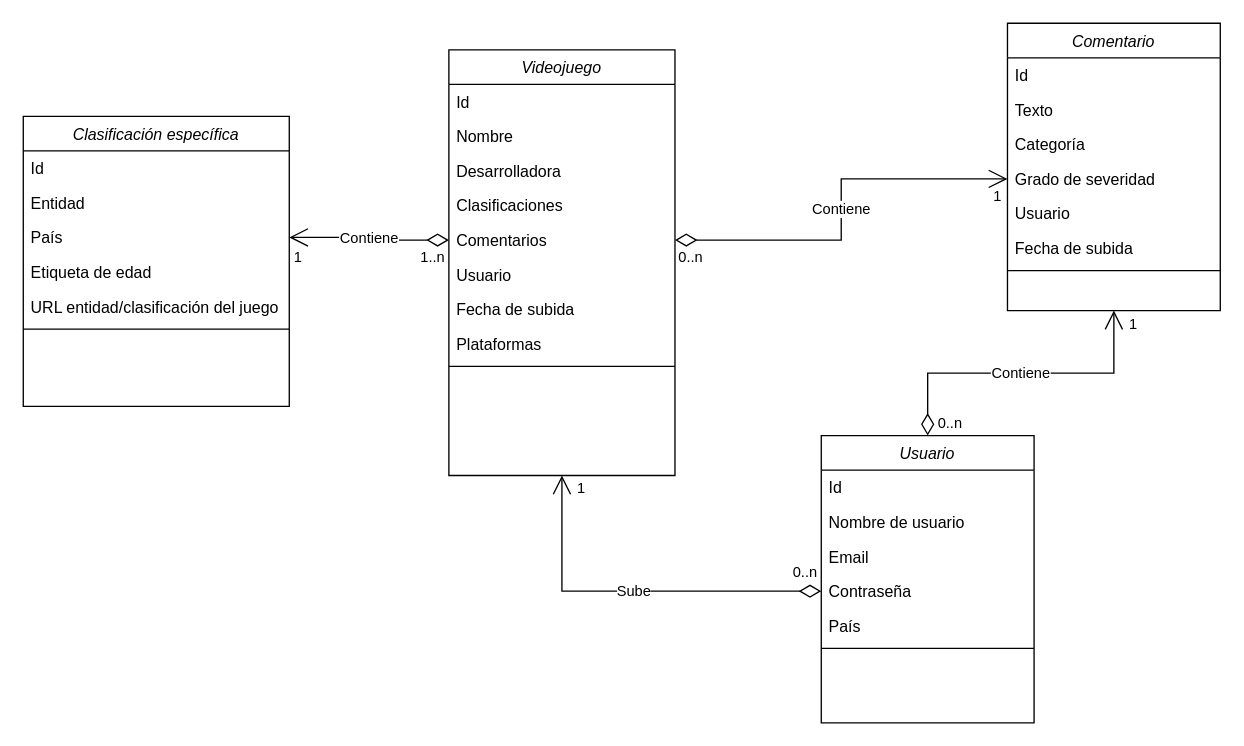
Earlier version of the draw.io diagram Entidades.drawio (GonzaloLGI/Game-Tags). Source tidied: cells renumbered, new cells numbered last; positions are measured from the earlier drawing's top-left corner, leaving out a move shared by most shapes. Both pictures are drawn from the tidied source at 133%, with x=0, y=0 at pixel (23, 23).
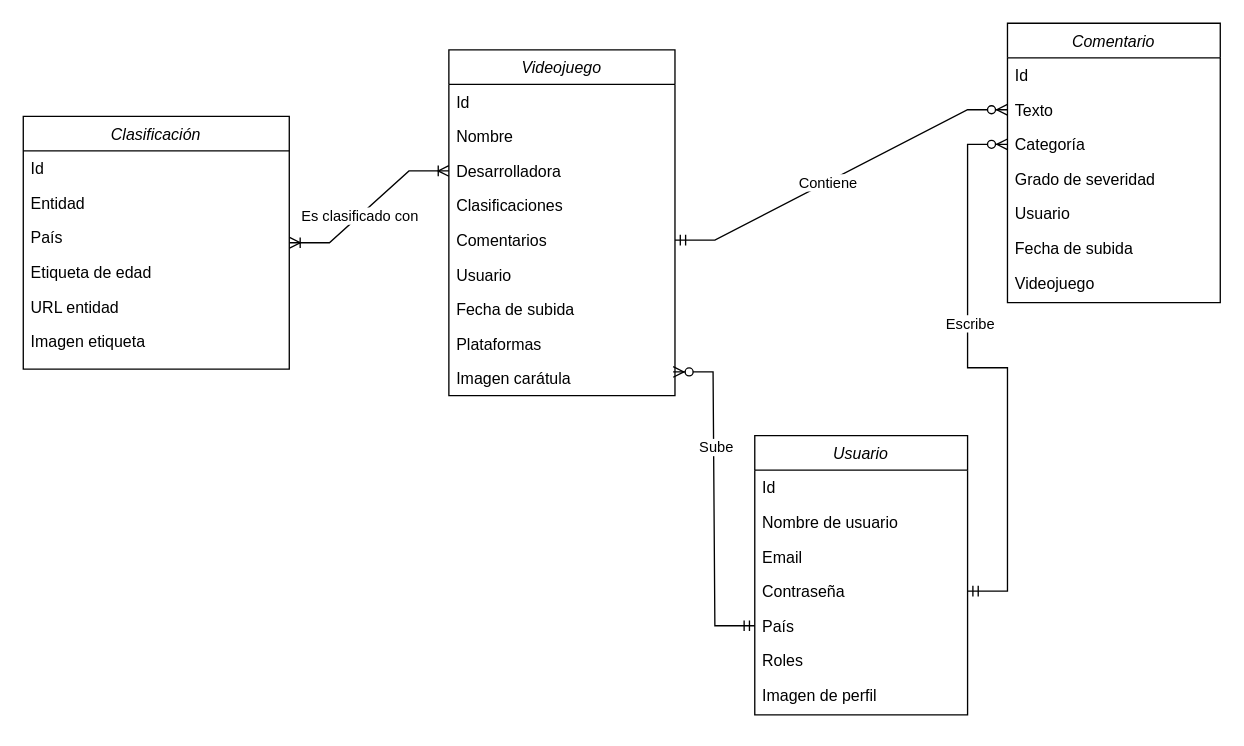
Above is the later version.

Unchanged cells that the change refers to:
```xml
<mxCell id="5" value="Desarrolladora" style="text;align=left;verticalAlign=top;spacingLeft=4;spacingRight=4;overflow=hidden;points=[[0,0.5],[1,0.5]];portConstraint=eastwest;" parent="2" vertex="1">
  <mxGeometry y="78" width="170" height="26" as="geometry" />
</mxCell>
<mxCell id="7" value="Comentarios" style="text;align=left;verticalAlign=top;spacingLeft=4;spacingRight=4;overflow=hidden;points=[[0,0.5],[1,0.5]];portConstraint=eastwest;rounded=0;shadow=0;html=0;" parent="2" vertex="1">
  <mxGeometry y="130" width="170" height="26" as="geometry" />
</mxCell>
<mxCell id="14" value="Texto" style="text;align=left;verticalAlign=top;spacingLeft=4;spacingRight=4;overflow=hidden;points=[[0,0.5],[1,0.5]];portConstraint=eastwest;" parent="12" vertex="1">
  <mxGeometry y="52" width="160" height="26" as="geometry" />
</mxCell>
<mxCell id="15" value="Categoría" style="text;align=left;verticalAlign=top;spacingLeft=4;spacingRight=4;overflow=hidden;points=[[0,0.5],[1,0.5]];portConstraint=eastwest;" parent="12" vertex="1">
  <mxGeometry y="78" width="160" height="26" as="geometry" />
</mxCell>
<mxCell id="16" value="Grado de severidad" style="text;align=left;verticalAlign=top;spacingLeft=4;spacingRight=4;overflow=hidden;points=[[0,0.5],[1,0.5]];portConstraint=eastwest;rounded=0;shadow=0;html=0;" parent="12" vertex="1">
  <mxGeometry y="104" width="160" height="26" as="geometry" />
</mxCell>
<mxCell id="24" value="Contraseña" style="text;align=left;verticalAlign=top;spacingLeft=4;spacingRight=4;overflow=hidden;points=[[0,0.5],[1,0.5]];portConstraint=eastwest;rounded=0;shadow=0;html=0;" parent="20" vertex="1">
  <mxGeometry y="104" width="160" height="26" as="geometry" />
</mxCell>
<mxCell id="25" value="País" style="text;align=left;verticalAlign=top;spacingLeft=4;spacingRight=4;overflow=hidden;points=[[0,0.5],[1,0.5]];portConstraint=eastwest;rounded=0;shadow=0;html=0;" parent="20" vertex="1">
  <mxGeometry y="130" width="160" height="26" as="geometry" />
</mxCell>
<mxCell id="30" value="País" style="text;align=left;verticalAlign=top;spacingLeft=4;spacingRight=4;overflow=hidden;points=[[0,0.5],[1,0.5]];portConstraint=eastwest;" parent="27" vertex="1">
  <mxGeometry y="78" width="200" height="26" as="geometry" />
</mxCell>
```

Change to the diagram source:
```diff
@@
     <mxCell id="2" value="Videojuego" style="swimlane;fontStyle=2;align=center;verticalAlign=top;horizontal=1;startSize=26;rounded=0;shadow=0;strokeWidth=1;" parent="1" vertex="1">
-      <mxGeometry x="320" y="20" width="170" height="320" as="geometry" />
+      <mxGeometry x="320" y="20" width="170" height="260" as="geometry" />
     </mxCell>
@@
-    <mxCell id="11" style="line;html=1;strokeWidth=1;align=left;verticalAlign=middle;spacingTop=-1;spacingLeft=3;spacingRight=3;labelPosition=right;" parent="2" vertex="1">
-      <mxGeometry y="234" width="170" height="8" as="geometry" />
-    </mxCell>
+    <mxCell id="46" value="Imagen carátula" style="text;align=left;verticalAlign=top;spacingLeft=4;spacingRight=4;overflow=hidden;points=[[0,0.5],[1,0.5]];portConstraint=eastwest;rounded=0;shadow=0;html=0;" parent="2" vertex="1">
+      <mxGeometry y="234" width="170" height="26" as="geometry" />
+    </mxCell>
     <mxCell id="12" value="Comentario" style="swimlane;fontStyle=2;align=center;verticalAlign=top;horizontal=1;startSize=26;rounded=0;shadow=0;strokeWidth=1;" parent="1" vertex="1">
-      <mxGeometry x="740" width="160" height="216" as="geometry" />
+      <mxGeometry x="740" width="160" height="210" as="geometry" />
     </mxCell>
@@
-    <mxCell id="19" style="line;html=1;strokeWidth=1;align=left;verticalAlign=middle;spacingTop=-1;spacingLeft=3;spacingRight=3;labelPosition=right;" parent="12" vertex="1">
-      <mxGeometry y="182" width="160" height="8" as="geometry" />
-    </mxCell>
+    <mxCell id="47" value="Videojuego" style="text;align=left;verticalAlign=top;spacingLeft=4;spacingRight=4;overflow=hidden;rounded=0;shadow=0;html=0;" parent="12" vertex="1">
+      <mxGeometry y="182" width="160" height="26" as="geometry" />
+    </mxCell>
     <mxCell id="20" value="Usuario" style="swimlane;fontStyle=2;align=center;verticalAlign=top;horizontal=1;startSize=26;rounded=0;shadow=0;strokeWidth=1;" parent="1" vertex="1">
-      <mxGeometry x="600" y="310" width="160" height="216" as="geometry" />
+      <mxGeometry x="550" y="310" width="160" height="210" as="geometry" />
     </mxCell>
@@
-    <mxCell id="26" style="line;html=1;strokeWidth=1;align=left;verticalAlign=middle;spacingTop=-1;spacingLeft=3;spacingRight=3;labelPosition=right;" parent="20" vertex="1">
-      <mxGeometry y="156" width="160" height="8" as="geometry" />
-    </mxCell>
+    <mxCell id="48" value="Roles" style="text;align=left;verticalAlign=top;spacingLeft=4;spacingRight=4;overflow=hidden;rounded=0;shadow=0;html=0;" parent="20" vertex="1">
+      <mxGeometry y="156" width="160" height="26" as="geometry" />
+    </mxCell>
+    <mxCell id="49" value="Imagen de perfil" style="text;align=left;verticalAlign=top;spacingLeft=4;spacingRight=4;overflow=hidden;rounded=0;shadow=0;html=0;" parent="20" vertex="1">
+      <mxGeometry y="182" width="160" height="26" as="geometry" />
+    </mxCell>
-    <mxCell id="27" value="Clasificación específica" style="swimlane;fontStyle=2;align=center;verticalAlign=top;horizontal=1;startSize=26;rounded=0;shadow=0;strokeWidth=1;" parent="1" vertex="1">
-      <mxGeometry y="70" width="200" height="218" as="geometry" />
+    <mxCell id="27" value="Clasificación" style="swimlane;fontStyle=2;align=center;verticalAlign=top;horizontal=1;startSize=26;rounded=0;shadow=0;strokeWidth=1;" parent="1" vertex="1">
+      <mxGeometry y="70" width="200" height="190" as="geometry" />
     </mxCell>
@@
-    <mxCell id="32" value="URL entidad/clasificación del juego" style="text;align=left;verticalAlign=top;spacingLeft=4;spacingRight=4;overflow=hidden;rounded=0;shadow=0;html=0;" parent="27" vertex="1">
+    <mxCell id="32" value="URL entidad" style="text;align=left;verticalAlign=top;spacingLeft=4;spacingRight=4;overflow=hidden;rounded=0;shadow=0;html=0;" parent="27" vertex="1">
       <mxGeometry y="130" width="200" height="26" as="geometry" />
     </mxCell>
-    <mxCell id="33" style="line;html=1;strokeWidth=1;align=left;verticalAlign=middle;spacingTop=-1;spacingLeft=3;spacingRight=3;labelPosition=right;" parent="27" vertex="1">
-      <mxGeometry y="156" width="200" height="8" as="geometry" />
-    </mxCell>
-    <mxCell id="34" value="Contiene" style="endArrow=open;html=1;endSize=12;startArrow=diamondThin;startSize=14;startFill=0;edgeStyle=orthogonalEdgeStyle;rounded=0;entryX=0;entryY=0.5;entryDx=0;entryDy=0;exitX=1;exitY=0.5;exitDx=0;exitDy=0;" parent="1" edge="1" source="7" target="16">
-      <mxGeometry relative="1" as="geometry" />
-    </mxCell>
-    <mxCell id="35" value="0..n" style="edgeLabel;html=1;align=left;verticalAlign=top;" parent="34" vertex="1">
-      <mxGeometry x="-1" relative="1" as="geometry">
-        <mxPoint x="1" as="offset" />
-      </mxGeometry>
-    </mxCell>
-    <mxCell id="36" value="1" style="edgeLabel;html=1;align=right;verticalAlign=top;" parent="34" vertex="1">
-      <mxGeometry x="1" relative="1" as="geometry">
-        <mxPoint x="-4" as="offset" />
-      </mxGeometry>
-    </mxCell>
-    <mxCell id="37" value="Contiene" style="endArrow=open;html=1;endSize=12;startArrow=diamondThin;startSize=14;startFill=0;edgeStyle=orthogonalEdgeStyle;rounded=0;entryX=1;entryY=0.5;entryDx=0;entryDy=0;exitX=0;exitY=0.5;exitDx=0;exitDy=0;" parent="1" edge="1" source="7" target="30">
-      <mxGeometry relative="1" as="geometry" />
-    </mxCell>
-    <mxCell id="38" value="1..n" style="edgeLabel;html=1;align=left;verticalAlign=top;" parent="37" vertex="1">
-      <mxGeometry x="-1" relative="1" as="geometry">
-        <mxPoint x="-23" as="offset" />
-      </mxGeometry>
-    </mxCell>
-    <mxCell id="39" value="1" style="edgeLabel;html=1;align=right;verticalAlign=top;" parent="37" vertex="1">
-      <mxGeometry x="1" relative="1" as="geometry">
-        <mxPoint x="10" y="2" as="offset" />
-      </mxGeometry>
-    </mxCell>
-    <mxCell id="40" value="Contiene" style="endArrow=open;html=1;endSize=12;startArrow=diamondThin;startSize=14;startFill=0;edgeStyle=orthogonalEdgeStyle;rounded=0;exitX=0.5;exitY=0;exitDx=0;exitDy=0;entryX=0.5;entryY=1;entryDx=0;entryDy=0;" parent="1" edge="1" source="20" target="12">
-      <mxGeometry relative="1" as="geometry" />
-    </mxCell>
-    <mxCell id="41" value="0..n" style="edgeLabel;html=1;align=left;verticalAlign=top;" parent="40" vertex="1">
-      <mxGeometry x="-1" relative="1" as="geometry">
-        <mxPoint x="6" y="-22" as="offset" />
-      </mxGeometry>
-    </mxCell>
-    <mxCell id="42" value="1" style="edgeLabel;html=1;align=right;verticalAlign=top;" parent="40" vertex="1">
-      <mxGeometry x="1" relative="1" as="geometry">
-        <mxPoint x="18" y="-3" as="offset" />
-      </mxGeometry>
-    </mxCell>
+    <mxCell id="50" value="Imagen etiqueta" style="text;align=left;verticalAlign=top;spacingLeft=4;spacingRight=4;overflow=hidden;rounded=0;shadow=0;html=0;" parent="27" vertex="1">
+      <mxGeometry y="156" width="200" height="26" as="geometry" />
+    </mxCell>
+    <mxCell id="51" style="edgeStyle=entityRelationEdgeStyle;fontSize=12;html=1;endArrow=ERoneToMany;startArrow=ERoneToMany;rounded=0;exitX=1.001;exitY=0.654;exitDx=0;exitDy=0;exitPerimeter=0;entryX=0;entryY=0.5;entryDx=0;entryDy=0;" parent="1" edge="1" source="30" target="5">
+      <mxGeometry relative="1" as="geometry" />
+    </mxCell>
+    <mxCell id="52" value="Es clasificado con" style="edgeLabel;html=1;align=center;verticalAlign=middle;" parent="51" vertex="1">
+      <mxGeometry x="-0.14" relative="1" as="geometry" />
+    </mxCell>
+    <mxCell id="53" style="edgeStyle=entityRelationEdgeStyle;fontSize=12;html=1;endArrow=ERzeroToMany;startArrow=ERmandOne;rounded=0;exitX=1;exitY=0.5;exitDx=0;exitDy=0;entryX=0;entryY=0.5;entryDx=0;entryDy=0;" parent="1" edge="1" source="7" target="14">
+      <mxGeometry relative="1" as="geometry" />
+    </mxCell>
+    <mxCell id="54" value="Contiene" style="edgeLabel;html=1;align=center;verticalAlign=middle;" parent="53" vertex="1">
+      <mxGeometry x="-0.09" relative="1" as="geometry" />
+    </mxCell>
+    <mxCell id="55" style="edgeStyle=entityRelationEdgeStyle;fontSize=12;html=1;endArrow=ERzeroToMany;startArrow=ERmandOne;rounded=0;exitX=1;exitY=0.5;exitDx=0;exitDy=0;entryX=0;entryY=0.5;entryDx=0;entryDy=0;" parent="1" edge="1" source="24" target="15">
+      <mxGeometry relative="1" as="geometry">
+        <Array as="points">
+          <mxPoint x="710" y="300" />
+          <mxPoint x="870" y="380" />
+          <mxPoint x="710" y="270" />
+          <mxPoint x="750" y="250" />
+        </Array>
+      </mxGeometry>
+    </mxCell>
+    <mxCell id="56" value="Escribe" style="edgeLabel;html=1;align=center;verticalAlign=middle;" parent="55" vertex="1">
+      <mxGeometry x="0.23" y="-1" relative="1" as="geometry" />
+    </mxCell>
+    <mxCell id="57" style="edgeStyle=entityRelationEdgeStyle;fontSize=12;html=1;endArrow=ERzeroToMany;startArrow=ERmandOne;rounded=0;exitX=0;exitY=0.5;exitDx=0;exitDy=0;entryX=0.992;entryY=0.314;entryDx=0;entryDy=0;entryPerimeter=0;" parent="1" edge="1" source="25" target="46">
+      <mxGeometry relative="1" as="geometry">
+        <Array as="points">
+          <mxPoint x="410" y="520" />
+          <mxPoint x="380" y="490" />
+          <mxPoint x="390" y="450" />
+        </Array>
+      </mxGeometry>
+    </mxCell>
-    <mxCell id="43" value="Sube" style="endArrow=open;html=1;endSize=12;startArrow=diamondThin;startSize=14;startFill=0;edgeStyle=orthogonalEdgeStyle;rounded=0;exitX=0;exitY=0.5;exitDx=0;exitDy=0;entryX=0.5;entryY=1;entryDx=0;entryDy=0;" parent="1" edge="1" source="24" target="2">
-      <mxGeometry relative="1" as="geometry" />
+    <mxCell id="43" value="Sube" style="edgeLabel;html=1;align=center;verticalAlign=middle;" parent="57" vertex="1">
+      <mxGeometry x="0.31" y="-1" relative="1" as="geometry" />
     </mxCell>
-    <mxCell id="44" value="0..n" style="edgeLabel;html=1;align=left;verticalAlign=top;" parent="43" vertex="1">
-      <mxGeometry x="-1" relative="1" as="geometry">
-        <mxPoint x="-23" y="-27" as="offset" />
-      </mxGeometry>
-    </mxCell>
-    <mxCell id="45" value="1" style="edgeLabel;html=1;align=right;verticalAlign=top;" parent="43" vertex="1">
-      <mxGeometry x="1" relative="1" as="geometry">
-        <mxPoint x="18" y="-3" as="offset" />
-      </mxGeometry>
-    </mxCell>
```
